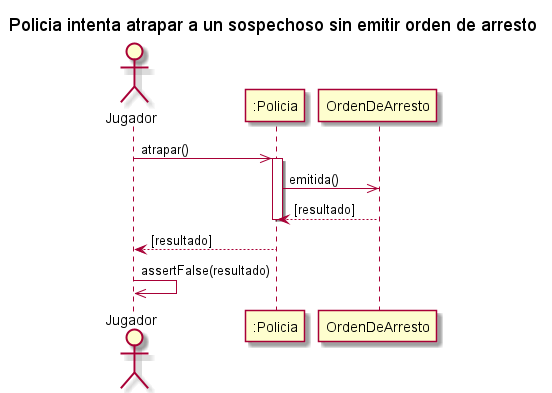
The PlantUML diagram diagrams/sequences/entrega2/DS_IntentoDeAtraparASospechosoSinOrdenDeArresto.png in kmu01/Algo3_tp2, before a commit.
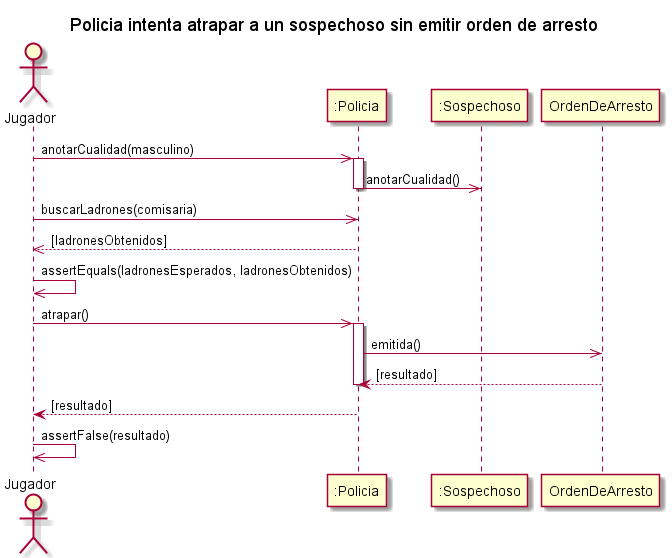
After the change.

Change to the diagram source:
```diff
@@ -3,7 +3,15 @@
 
 actor "Jugador" as AlgoThief
 participant ":Policia" as Policia
+participant ":Sospechoso" as Sospechoso
 participant "OrdenDeArresto" as Orden
+AlgoThief ->> Policia : anotarCualidad(masculino)
+activate Policia
+    Policia ->> Sospechoso : anotarCualidad()
+deactivate Policia
+AlgoThief ->> Policia : buscarLadrones(comisaria)
+return[ladronesObtenidos]
+AlgoThief ->> AlgoThief : assertEquals(ladronesEsperados, ladronesObtenidos)
 AlgoThief ->> Policia : atrapar()
 activate Policia
     Policia ->> Orden : emitida()
```
